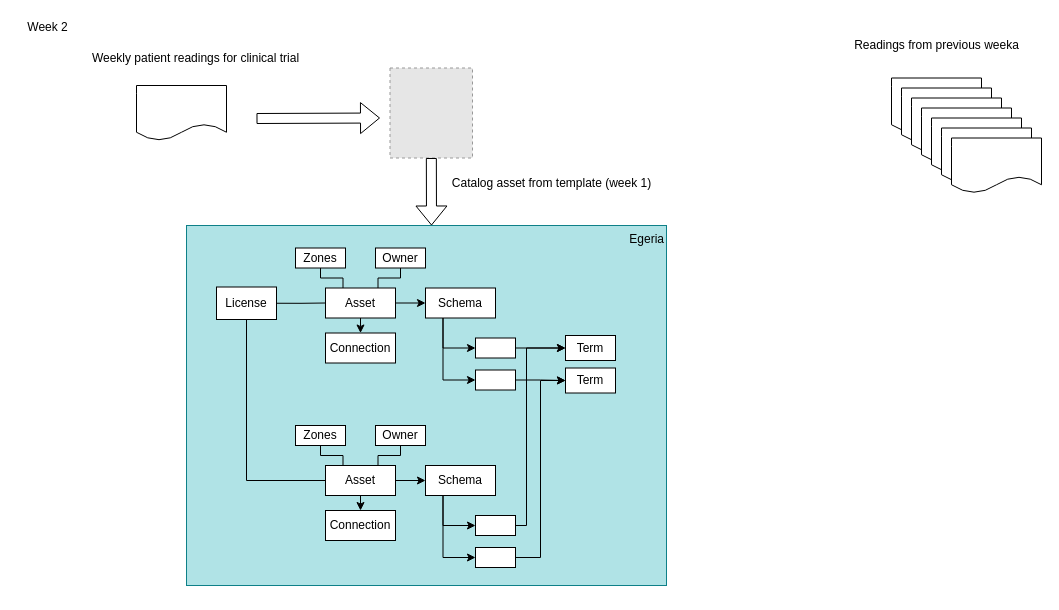
This is page "Week 2" (5 of 8) of open-metadata-publication/website/cataloging-assets/cataloging-assets.drawio from planetf1/egeria, a draw.io file, before an edit. Source tidied: cells renumbered, new cells numbered last; positions are measured from the earlier drawing's top-left corner, leaving out a move shared by most shapes. Both pictures are drawn from the tidied source at 100%, with x=0, y=0 at pixel (17, 17). Pictures stored in the file or linked from it are replaced by grey dashed boxes.
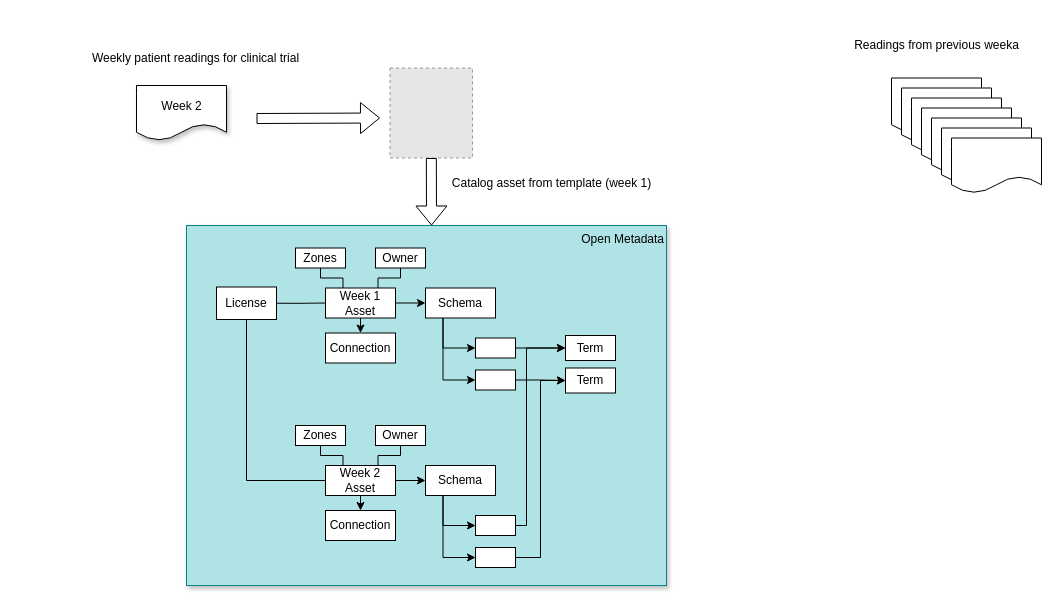
Above is the later version.

Change to the diagram source:
```diff
@@
-    <mxCell id="10" value="Egeria" style="rounded=0;whiteSpace=wrap;html=1;fillColor=#b0e3e6;strokeColor=#0e8088;verticalAlign=top;align=right;" parent="1" vertex="1">
+    <mxCell id="10" value="Open Metadata" style="rounded=0;whiteSpace=wrap;html=1;fillColor=#b0e3e6;strokeColor=#0e8088;verticalAlign=top;align=right;shadow=1;" parent="1" vertex="1">
       <mxGeometry x="169" y="208" width="480" height="360" as="geometry" />
     </mxCell>
@@
-    <mxCell id="15" value="Asset" style="rounded=0;whiteSpace=wrap;html=1;" parent="1" vertex="1">
+    <mxCell id="15" value="Week 1&lt;br&gt;Asset" style="rounded=0;whiteSpace=wrap;html=1;" parent="1" vertex="1">
       <mxGeometry x="308" y="270.5" width="70" height="30" as="geometry" />
     </mxCell>
@@
-    <mxCell id="29" value="Week 2" style="text;html=1;align=center;verticalAlign=middle;" parent="1" vertex="1">
-      <mxGeometry width="60" height="20" as="geometry" />
-    </mxCell>
@@
-    <mxCell id="35" value="Asset" style="rounded=0;whiteSpace=wrap;html=1;" parent="1" vertex="1">
+    <mxCell id="35" value="Week 2&lt;br&gt;Asset" style="rounded=0;whiteSpace=wrap;html=1;" parent="1" vertex="1">
       <mxGeometry x="308" y="448" width="70" height="30" as="geometry" />
     </mxCell>
@@
-    <mxCell id="49" style="shape=document;whiteSpace=wrap;html=1;boundedLbl=1;" parent="1" vertex="1">
+    <mxCell id="49" style="shape=document;whiteSpace=wrap;html=1;boundedLbl=1;shadow=1;" parent="1" vertex="1">
       <mxGeometry x="119" y="68" width="90" height="55" as="geometry" />
     </mxCell>
-    <mxCell id="50" style="shape=flexArrow;endArrow=classic;html=1;" parent="1" edge="1">
+    <mxCell id="50" style="shape=flexArrow;endArrow=classic;html=1;shadow=0;" parent="1" edge="1">
       <mxGeometry relative="1" as="geometry">
         <mxPoint x="239" y="101" as="sourcePoint" />
         <mxPoint x="362.5" y="100.5" as="targetPoint" />
       </mxGeometry>
     </mxCell>
@@
+    <mxCell id="29" value="Week 2" style="text;html=1;align=center;verticalAlign=middle;shadow=1;" parent="1" vertex="1">
+      <mxGeometry x="134" y="79" width="60" height="20" as="geometry" />
+    </mxCell>
```
